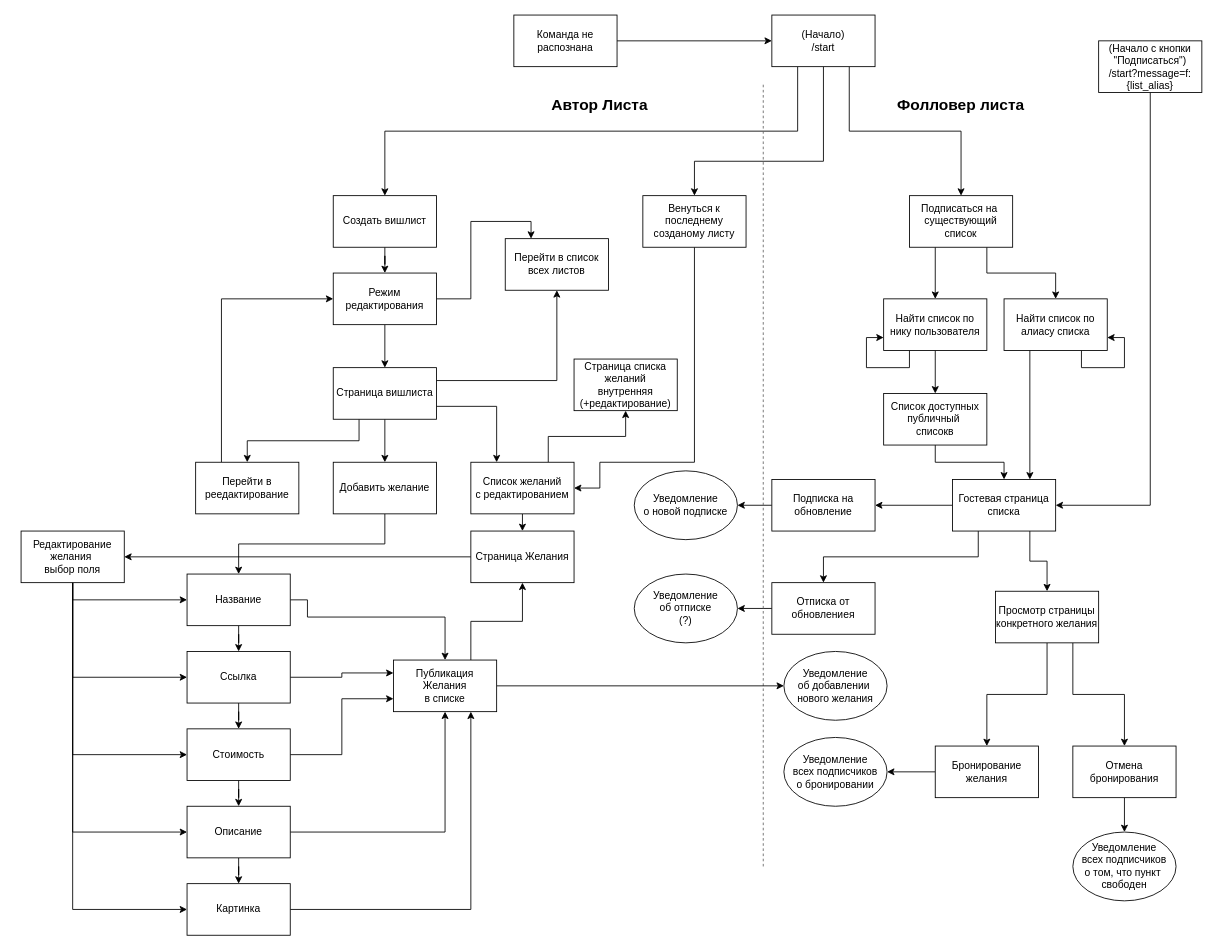
vetermanve/wishlist_bot keeps this draw.io diagram as docs/UserJorneyMap.drawio. Above is the earlier version. Source tidied: cells renumbered, new cells numbered last; positions are measured from the earlier drawing's top-left corner, leaving out a move shared by most shapes. Both pictures are drawn from the tidied source at 86%, with x=0, y=0 at pixel (21, 15).
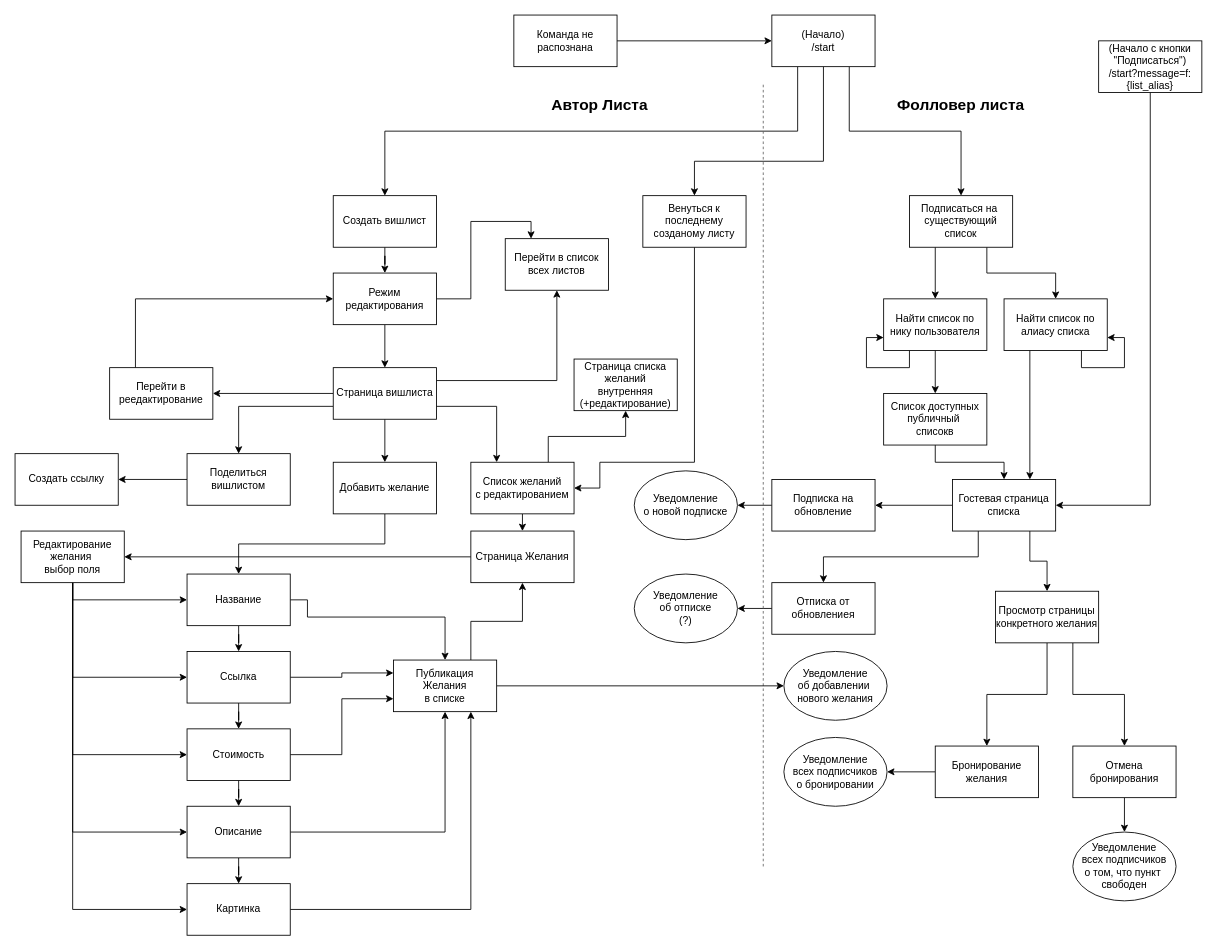
The same page after the edit.

The change refers to these unchanged cells:
```xml
<mxCell id="52" value="Страница вишлиста" style="rounded=0;whiteSpace=wrap;html=1;" parent="1" vertex="1">
  <mxGeometry x="363" y="410" width="120" height="60" as="geometry" />
</mxCell>
```

Diff of the diagram source:
```diff
@@
-    <mxCell id="48" style="edgeStyle=orthogonalEdgeStyle;rounded=0;jettySize=auto;html=1;exitX=0.25;exitY=1;exitDx=0;exitDy=0;" parent="1" edge="1" source="52" target="54">
+    <mxCell id="48" style="edgeStyle=orthogonalEdgeStyle;rounded=0;jettySize=auto;html=1;exitX=0;exitY=0.5;exitDx=0;exitDy=0;" parent="1" edge="1" source="52" target="54">
       <mxGeometry relative="1" as="geometry" />
     </mxCell>
@@
+    <mxCell id="90" style="edgeStyle=orthogonalEdgeStyle;rounded=0;jettySize=auto;html=1;exitX=0;exitY=0.75;exitDx=0;exitDy=0;" parent="1" edge="1" source="52" target="92">
+      <mxGeometry relative="1" as="geometry" />
+    </mxCell>
@@
     <mxCell id="54" value="Перейти в реедактирование" style="rounded=0;whiteSpace=wrap;html=1;" parent="1" vertex="1">
-      <mxGeometry x="203" y="520" width="120" height="60" as="geometry" />
+      <mxGeometry x="103" y="410" width="120" height="60" as="geometry" />
     </mxCell>
@@
+    <mxCell id="91" style="edgeStyle=orthogonalEdgeStyle;rounded=0;jettySize=auto;html=1;" parent="1" edge="1" source="92" target="93">
+      <mxGeometry relative="1" as="geometry" />
+    </mxCell>
+    <mxCell id="92" value="Поделиться вишлистом" style="rounded=0;whiteSpace=wrap;html=1;" parent="1" vertex="1">
+      <mxGeometry x="193" y="510" width="120" height="60" as="geometry" />
+    </mxCell>
+    <mxCell id="93" value="Создать ссылку" style="rounded=0;whiteSpace=wrap;html=1;" parent="1" vertex="1">
+      <mxGeometry x="-7" y="510" width="120" height="60" as="geometry" />
+    </mxCell>
```
